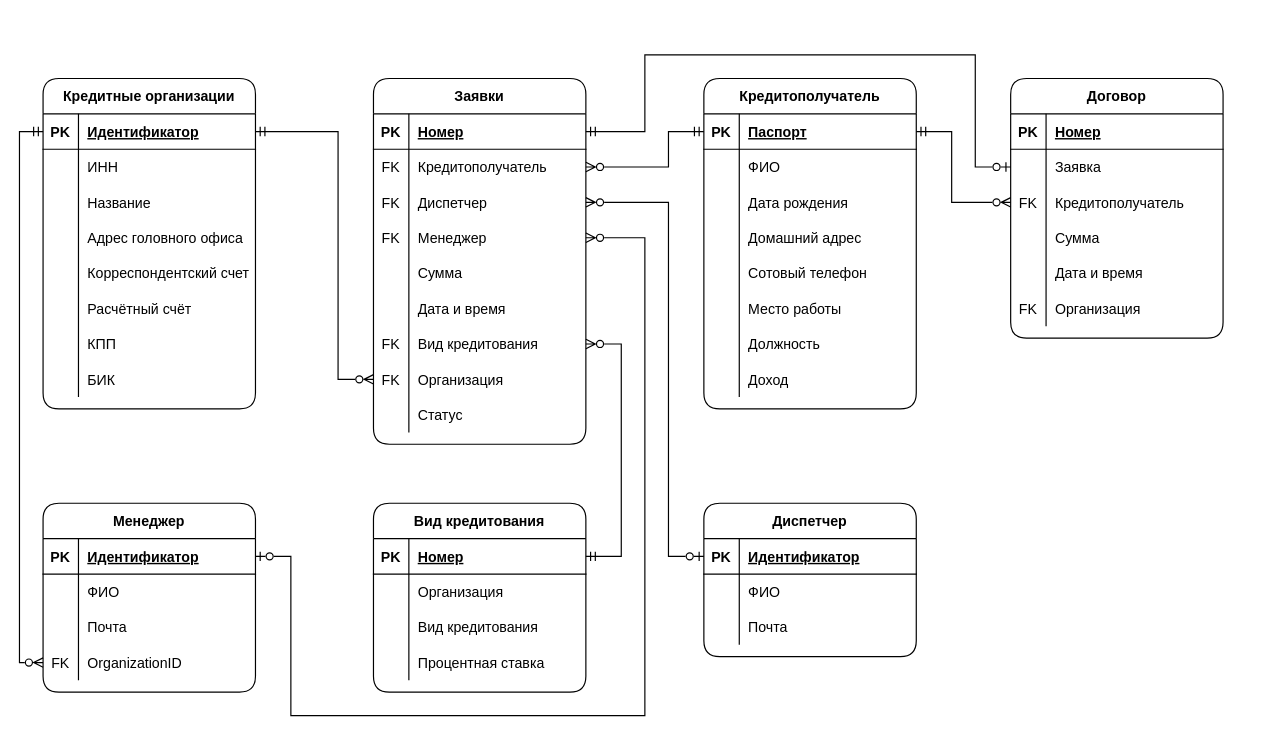
This is Diagrams/Entity Relationship.drawio from sothug/Loan-applications, a draw.io file, before an edit. Source tidied: cells renumbered, new cells numbered last; positions are measured from the earlier drawing's top-left corner, leaving out a move shared by most shapes. Both pictures are drawn from the tidied source at 118%, with x=0, y=0 at pixel (-5, 54).
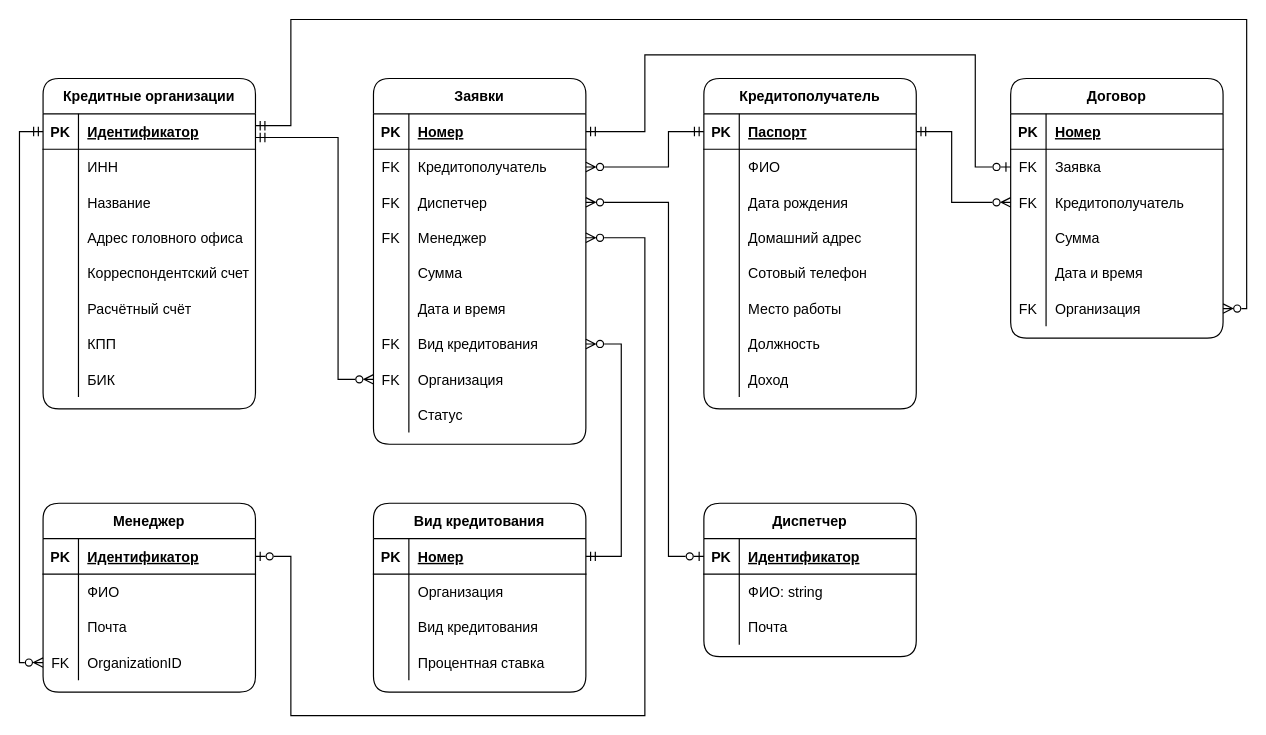
Above is the later version.

Unchanged cells that the change refers to:
```xml
<mxCell id="2" value="Кредитные организации" style="shape=table;startSize=30;childLayout=tableLayout;rowLines=0;fontStyle=1;align=center;rounded=1;fontColor=default;" parent="1" vertex="1">
  <mxGeometry x="40" y="20" width="180" height="280" as="geometry" />
</mxCell>
<mxCell id="87" style="shape=partialRectangle;fillColor=none;top=0;left=0;bottom=0;right=0;points=[[0,0.5],[1,0.5]];portConstraint=eastwest;rounded=1;" parent="65" vertex="1">
  <mxGeometry y="240" width="180" height="30" as="geometry" />
</mxCell>
<mxCell id="117" style="shape=partialRectangle;fillColor=none;top=0;left=0;bottom=0;right=0;" parent="113" vertex="1">
  <mxGeometry y="60" width="180" height="30" as="geometry" />
</mxCell>
<mxCell id="127" style="shape=partialRectangle;fillColor=none;top=0;left=0;bottom=0;right=0;points=[[0,0.5],[1,0.5]];portConstraint=eastwest;rounded=1;" parent="123" vertex="1">
  <mxGeometry y="60" width="180" height="30" as="geometry" />
</mxCell>
<mxCell id="139" style="shape=partialRectangle;fillColor=none;top=0;left=0;bottom=0;right=0;points=[[0,0.5],[1,0.5]];portConstraint=eastwest;rounded=1;" parent="123" vertex="1">
  <mxGeometry y="180" width="180" height="30" as="geometry" />
</mxCell>
```

Diff of the diagram source:
```diff
@@
-    <mxCell id="3" style="shape=partialRectangle;fillColor=none;top=0;left=0;bottom=1;right=0;points=[[0,0.5],[1,0.5]];portConstraint=eastwest;" parent="2" vertex="1">
+    <mxCell id="3" style="shape=partialRectangle;fillColor=none;top=0;left=0;bottom=1;right=0;points=[[0,0.5],[1,0.5]];portConstraint=eastwest;strokeWidth=1;" parent="2" vertex="1">
       <mxGeometry y="30" width="180" height="30" as="geometry" />
     </mxCell>
@@
     <mxCell id="95" style="edgeStyle=orthogonalEdgeStyle;rounded=0;jettySize=auto;html=1;startArrow=ERmandOne;startFill=0;endArrow=ERzeroToMany;endFill=0;" parent="1" edge="1" source="3" target="87">
       <mxGeometry relative="1" as="geometry">
         <Array as="points">
-          <mxPoint x="290" y="65" />
+          <mxPoint x="290" y="70" />
           <mxPoint x="290" y="275" />
         </Array>
       </mxGeometry>
     </mxCell>
@@
-    <mxCell id="119" value="ФИО" style="shape=partialRectangle;fillColor=none;top=0;left=0;bottom=0;right=0;align=left;spacingLeft=6;overflow=hidden;strokeColor=default;fontColor=default;" parent="117" vertex="1">
+    <mxCell id="119" value="ФИО: string" style="shape=partialRectangle;fillColor=none;top=0;left=0;bottom=0;right=0;align=left;spacingLeft=6;overflow=hidden;strokeColor=default;fontColor=default;" parent="117" vertex="1">
       <mxGeometry x="30" width="150" height="30" as="geometry" />
     </mxCell>
@@
-    <mxCell id="128" style="shape=partialRectangle;fillColor=none;top=0;left=0;bottom=0;right=0;overflow=hidden;rounded=1;fontColor=default;strokeColor=default;" parent="127" vertex="1">
+    <mxCell id="128" value="FK" style="shape=partialRectangle;fillColor=none;top=0;left=0;bottom=0;right=0;overflow=hidden;rounded=1;fontColor=default;strokeColor=default;" parent="127" vertex="1">
       <mxGeometry width="30" height="30" as="geometry" />
     </mxCell>
@@
+    <mxCell id="144" style="edgeStyle=orthogonalEdgeStyle;rounded=0;jettySize=auto;html=1;endArrow=ERzeroToMany;endFill=0;startArrow=ERmandOne;startFill=0;" parent="1" edge="1" source="3" target="139">
+      <mxGeometry relative="1" as="geometry">
+        <Array as="points">
+          <mxPoint x="250" y="60" />
+          <mxPoint x="250" y="-30" />
+          <mxPoint x="1060" y="-30" />
+          <mxPoint x="1060" y="215" />
+        </Array>
+      </mxGeometry>
+    </mxCell>
```
